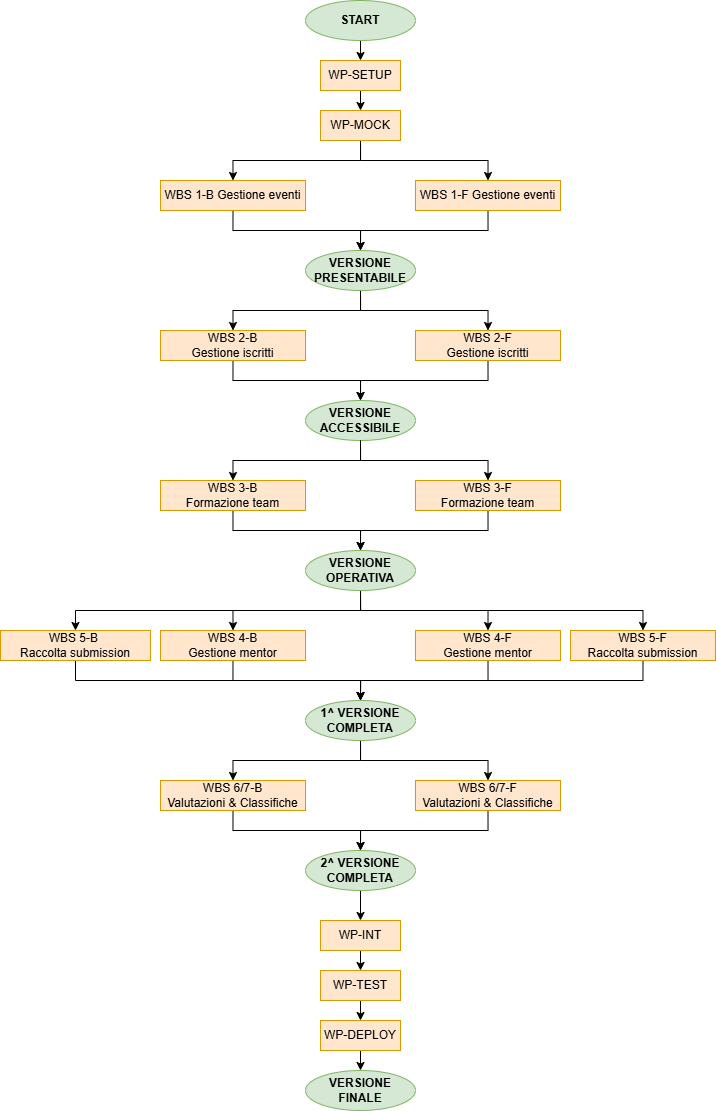
Above: report/img/PND.drawio.png in floyddc/PM-HackVillage (draw.io), before the change. Source tidied: cells renumbered, new cells last; positions are measured from the earlier drawing's top-left corner, leaving out a move shared by most shapes.
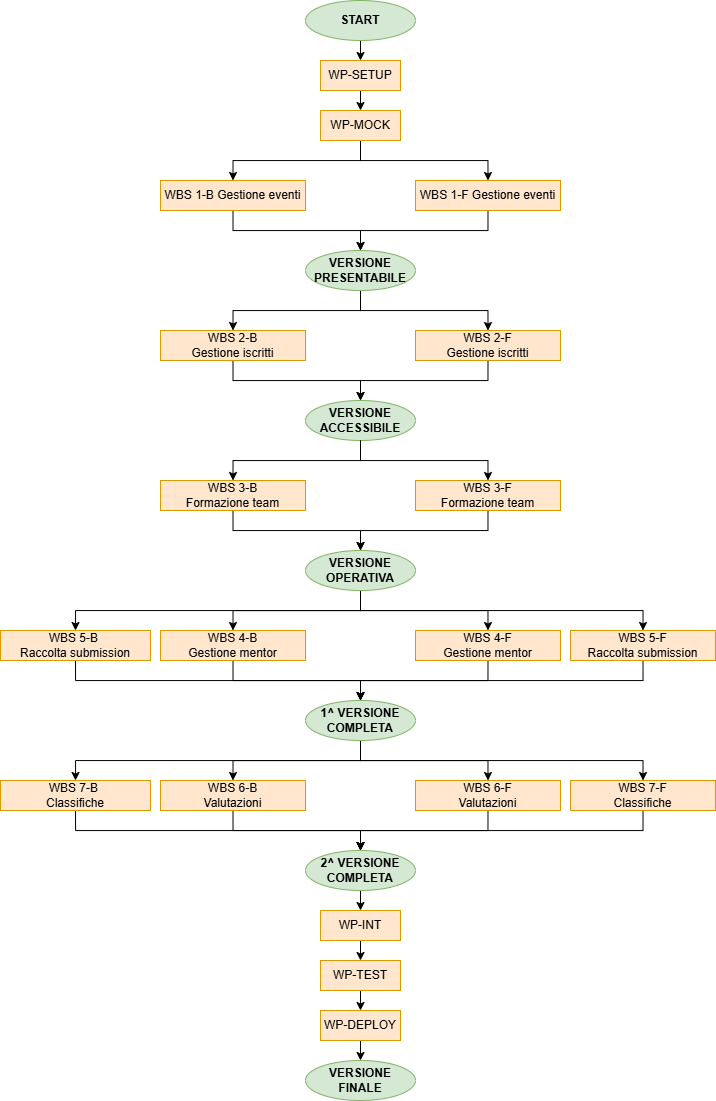
Later version of the same file.

Commit message:
PND schema updated

What changed in the source:
```diff
@@ -106,12 +106,18 @@
     <mxCell id="35" value="WBS 4-F&lt;div&gt;Gestione mentor&lt;/div&gt;" style="rounded=0;whiteSpace=wrap;html=1;fillColor=#ffe6cc;strokeColor=#d79b00;" parent="1" vertex="1">
       <mxGeometry x="415" y="630" width="145" height="30" as="geometry" />
     </mxCell>
-    <mxCell id="36" style="edgeStyle=orthogonalEdgeStyle;rounded=0;jettySize=auto;html=1;exitX=0.5;exitY=1;exitDx=0;exitDy=0;entryX=0.5;entryY=0;entryDx=0;entryDy=0;" parent="1" edge="1" source="38" target="44">
-      <mxGeometry relative="1" as="geometry" />
-    </mxCell>
-    <mxCell id="37" style="edgeStyle=orthogonalEdgeStyle;rounded=0;jettySize=auto;html=1;exitX=0.5;exitY=1;exitDx=0;exitDy=0;entryX=0.5;entryY=0;entryDx=0;entryDy=0;" parent="1" edge="1" source="38" target="46">
-      <mxGeometry relative="1" as="geometry" />
-    </mxCell>
+    <mxCell id="56" style="edgeStyle=orthogonalEdgeStyle;rounded=0;jettySize=auto;html=1;exitX=0.5;exitY=1;exitDx=0;exitDy=0;entryX=0.5;entryY=0;entryDx=0;entryDy=0;" parent="1" edge="1" source="38" target="61">
+      <mxGeometry relative="1" as="geometry" />
+    </mxCell>
+    <mxCell id="57" style="edgeStyle=orthogonalEdgeStyle;rounded=0;jettySize=auto;html=1;exitX=0.5;exitY=1;exitDx=0;exitDy=0;entryX=0.5;entryY=0;entryDx=0;entryDy=0;" parent="1" edge="1" source="38" target="63">
+      <mxGeometry relative="1" as="geometry" />
+    </mxCell>
+    <mxCell id="58" style="edgeStyle=orthogonalEdgeStyle;rounded=0;jettySize=auto;html=1;exitX=0.5;exitY=1;exitDx=0;exitDy=0;entryX=0.5;entryY=0;entryDx=0;entryDy=0;" parent="1" edge="1" source="38" target="67">
+      <mxGeometry relative="1" as="geometry" />
+    </mxCell>
+    <mxCell id="59" style="edgeStyle=orthogonalEdgeStyle;rounded=0;jettySize=auto;html=1;exitX=0.5;exitY=1;exitDx=0;exitDy=0;entryX=0.5;entryY=0;entryDx=0;entryDy=0;" parent="1" edge="1" source="38" target="65">
+      <mxGeometry relative="1" as="geometry" />
+    </mxCell>
     <mxCell id="38" value="1^ VERSIONE COMPLETA" style="ellipse;whiteSpace=wrap;html=1;fillColor=#d5e8d4;strokeColor=#82b366;fontStyle=1;" parent="1" vertex="1">
       <mxGeometry x="305" y="700" width="110" height="40" as="geometry" />
     </mxCell>
@@ -127,18 +133,6 @@
     <mxCell id="42" value="WBS 5-F&lt;div&gt;Raccolta submission&lt;/div&gt;" style="rounded=0;whiteSpace=wrap;html=1;fillColor=#ffe6cc;strokeColor=#d79b00;" parent="1" vertex="1">
       <mxGeometry x="570" y="630" width="145" height="30" as="geometry" />
     </mxCell>
-    <mxCell id="43" style="edgeStyle=orthogonalEdgeStyle;rounded=0;jettySize=auto;html=1;exitX=0.5;exitY=1;exitDx=0;exitDy=0;entryX=0.5;entryY=0;entryDx=0;entryDy=0;" parent="1" edge="1" source="44" target="48">
-      <mxGeometry relative="1" as="geometry" />
-    </mxCell>
-    <mxCell id="44" value="WBS 6/7-B&lt;div&gt;&lt;span style=&quot;background-color: transparent; color: light-dark(rgb(0, 0, 0), rgb(255, 255, 255));&quot;&gt;Valutazioni &amp;amp; Classifiche&lt;/span&gt;&lt;/div&gt;" style="rounded=0;whiteSpace=wrap;html=1;fillColor=#ffe6cc;strokeColor=#d79b00;" parent="1" vertex="1">
-      <mxGeometry x="160" y="780" width="145" height="30" as="geometry" />
-    </mxCell>
-    <mxCell id="45" style="edgeStyle=orthogonalEdgeStyle;rounded=0;jettySize=auto;html=1;exitX=0.5;exitY=1;exitDx=0;exitDy=0;entryX=0.5;entryY=0;entryDx=0;entryDy=0;" parent="1" edge="1" source="46" target="48">
-      <mxGeometry relative="1" as="geometry" />
-    </mxCell>
-    <mxCell id="46" value="WBS 6/7-F&lt;div&gt;&lt;span style=&quot;background-color: transparent; color: light-dark(rgb(0, 0, 0), rgb(255, 255, 255));&quot;&gt;Valutazioni &amp;amp; Classifiche&lt;/span&gt;&lt;/div&gt;" style="rounded=0;whiteSpace=wrap;html=1;fillColor=#ffe6cc;strokeColor=#d79b00;" parent="1" vertex="1">
-      <mxGeometry x="415" y="780" width="145" height="30" as="geometry" />
-    </mxCell>
     <mxCell id="47" style="edgeStyle=orthogonalEdgeStyle;rounded=0;jettySize=auto;html=1;exitX=0.5;exitY=1;exitDx=0;exitDy=0;entryX=0.5;entryY=0;entryDx=0;entryDy=0;" parent="1" edge="1" source="48" target="50">
       <mxGeometry relative="1" as="geometry" />
     </mxCell>
@@ -149,24 +143,46 @@
       <mxGeometry relative="1" as="geometry" />
     </mxCell>
     <mxCell id="50" value="WP-INT" style="rounded=0;whiteSpace=wrap;html=1;fillColor=#ffe6cc;strokeColor=#d79b00;" parent="1" vertex="1">
-      <mxGeometry x="320" y="920" width="80" height="30" as="geometry" />
+      <mxGeometry x="320" y="910" width="80" height="30" as="geometry" />
     </mxCell>
     <mxCell id="51" style="edgeStyle=orthogonalEdgeStyle;rounded=0;jettySize=auto;html=1;exitX=0.5;exitY=1;exitDx=0;exitDy=0;entryX=0.5;entryY=0;entryDx=0;entryDy=0;" parent="1" edge="1" source="52" target="54">
       <mxGeometry relative="1" as="geometry" />
     </mxCell>
     <mxCell id="52" value="WP-TEST" style="rounded=0;whiteSpace=wrap;html=1;fillColor=#ffe6cc;strokeColor=#d79b00;" parent="1" vertex="1">
-      <mxGeometry x="320" y="970" width="80" height="30" as="geometry" />
+      <mxGeometry x="320" y="960" width="80" height="30" as="geometry" />
     </mxCell>
-    <mxCell id="53" style="edgeStyle=orthogonalEdgeStyle;rounded=0;jettySize=auto;html=1;exitX=0.5;exitY=1;exitDx=0;exitDy=0;entryX=0.5;entryY=0;entryDx=0;entryDy=0;" parent="1" edge="1" source="54">
-      <mxGeometry relative="1" as="geometry">
-        <mxPoint x="360" y="1070" as="targetPoint" />
-      </mxGeometry>
+    <mxCell id="53" style="edgeStyle=orthogonalEdgeStyle;rounded=0;jettySize=auto;html=1;exitX=0.5;exitY=1;exitDx=0;exitDy=0;entryX=0.5;entryY=0;entryDx=0;entryDy=0;" parent="1" edge="1" source="54" target="55">
+      <mxGeometry relative="1" as="geometry" />
     </mxCell>
     <mxCell id="54" value="WP-DEPLOY" style="rounded=0;whiteSpace=wrap;html=1;fillColor=#ffe6cc;strokeColor=#d79b00;" parent="1" vertex="1">
-      <mxGeometry x="320" y="1020" width="80" height="30" as="geometry" />
+      <mxGeometry x="320" y="1010" width="80" height="30" as="geometry" />
     </mxCell>
     <mxCell id="55" value="VERSIONE&lt;div&gt;FINALE&lt;/div&gt;" style="ellipse;whiteSpace=wrap;html=1;fillColor=#d5e8d4;strokeColor=#82b366;fontStyle=1;" parent="1" vertex="1">
-      <mxGeometry x="305" y="1070" width="110" height="40" as="geometry" />
+      <mxGeometry x="305" y="1060" width="110" height="40" as="geometry" />
     </mxCell>
+    <mxCell id="60" style="edgeStyle=orthogonalEdgeStyle;rounded=0;jettySize=auto;html=1;exitX=0.5;exitY=1;exitDx=0;exitDy=0;entryX=0.5;entryY=0;entryDx=0;entryDy=0;" parent="1" edge="1" source="61" target="48">
+      <mxGeometry relative="1" as="geometry" />
+    </mxCell>
+    <mxCell id="61" value="WBS 6-B&lt;div&gt;Valutazioni&lt;/div&gt;" style="rounded=0;whiteSpace=wrap;html=1;fillColor=#ffe6cc;strokeColor=#d79b00;" parent="1" vertex="1">
+      <mxGeometry x="160" y="780" width="145" height="30" as="geometry" />
+    </mxCell>
+    <mxCell id="62" style="edgeStyle=orthogonalEdgeStyle;rounded=0;jettySize=auto;html=1;exitX=0.5;exitY=1;exitDx=0;exitDy=0;entryX=0.5;entryY=0;entryDx=0;entryDy=0;" parent="1" edge="1" source="63" target="48">
+      <mxGeometry relative="1" as="geometry" />
+    </mxCell>
+    <mxCell id="63" value="WBS 6-F&lt;div&gt;Valutazioni&lt;/div&gt;" style="rounded=0;whiteSpace=wrap;html=1;fillColor=#ffe6cc;strokeColor=#d79b00;" parent="1" vertex="1">
+      <mxGeometry x="415" y="780" width="145" height="30" as="geometry" />
+    </mxCell>
+    <mxCell id="64" style="edgeStyle=orthogonalEdgeStyle;rounded=0;jettySize=auto;html=1;exitX=0.5;exitY=1;exitDx=0;exitDy=0;entryX=0.5;entryY=0;entryDx=0;entryDy=0;" parent="1" edge="1" source="65" target="48">
+      <mxGeometry relative="1" as="geometry" />
+    </mxCell>
+    <mxCell id="65" value="WBS 7-B&amp;nbsp;&lt;div&gt;Classifiche&lt;/div&gt;" style="rounded=0;whiteSpace=wrap;html=1;fillColor=#ffe6cc;strokeColor=#d79b00;" parent="1" vertex="1">
+      <mxGeometry y="780" width="150" height="30" as="geometry" />
+    </mxCell>
+    <mxCell id="66" style="edgeStyle=orthogonalEdgeStyle;rounded=0;jettySize=auto;html=1;exitX=0.5;exitY=1;exitDx=0;exitDy=0;entryX=0.5;entryY=0;entryDx=0;entryDy=0;" parent="1" edge="1" source="67" target="48">
+      <mxGeometry relative="1" as="geometry" />
+    </mxCell>
+    <mxCell id="67" value="WBS 7-F&lt;div&gt;Classifiche&lt;/div&gt;" style="rounded=0;whiteSpace=wrap;html=1;fillColor=#ffe6cc;strokeColor=#d79b00;" parent="1" vertex="1">
+      <mxGeometry x="570" y="780" width="145" height="30" as="geometry" />
+    </mxCell>
   </root>
 </mxGraphModel>
```
